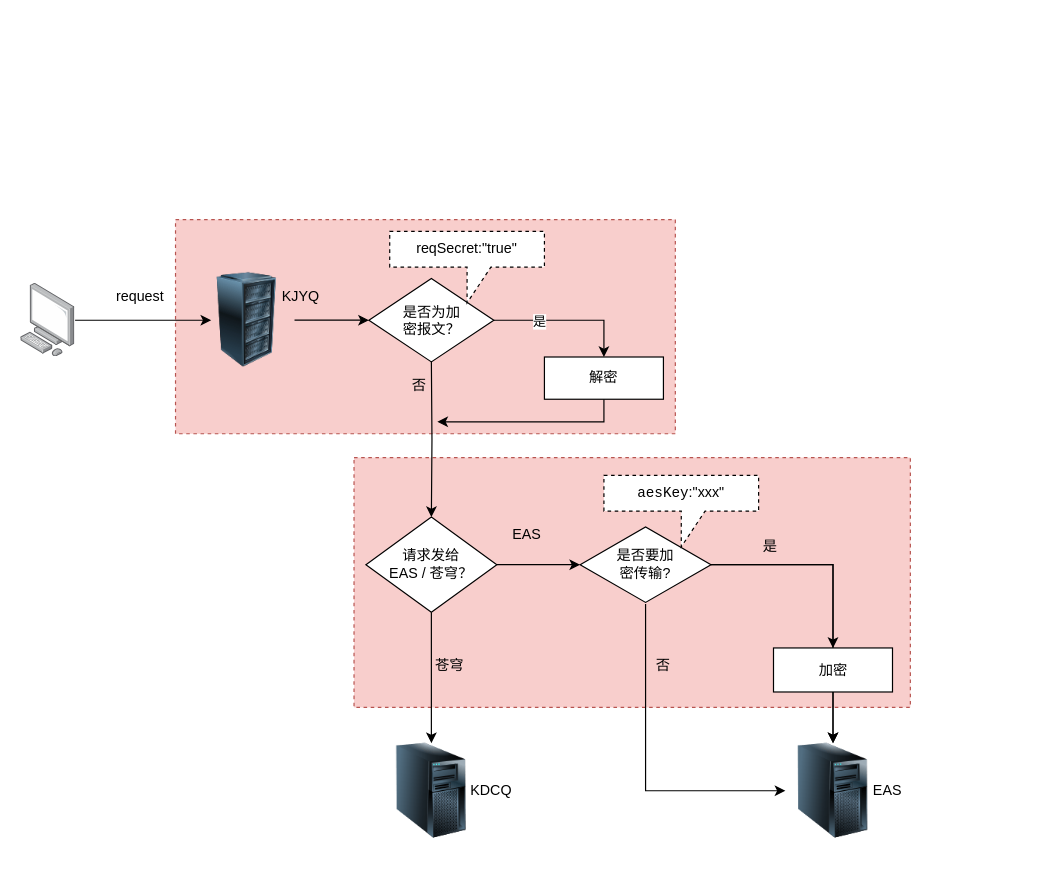
This is kjyq.drawio from Alphathur/diagram, a draw.io file, before an edit. Source tidied: cells renumbered, new cells numbered last; positions are measured from the earlier drawing's top-left corner, leaving out a move shared by most shapes. Both pictures are drawn from the tidied source at 119%, with x=0, y=0 at pixel (20, 219).
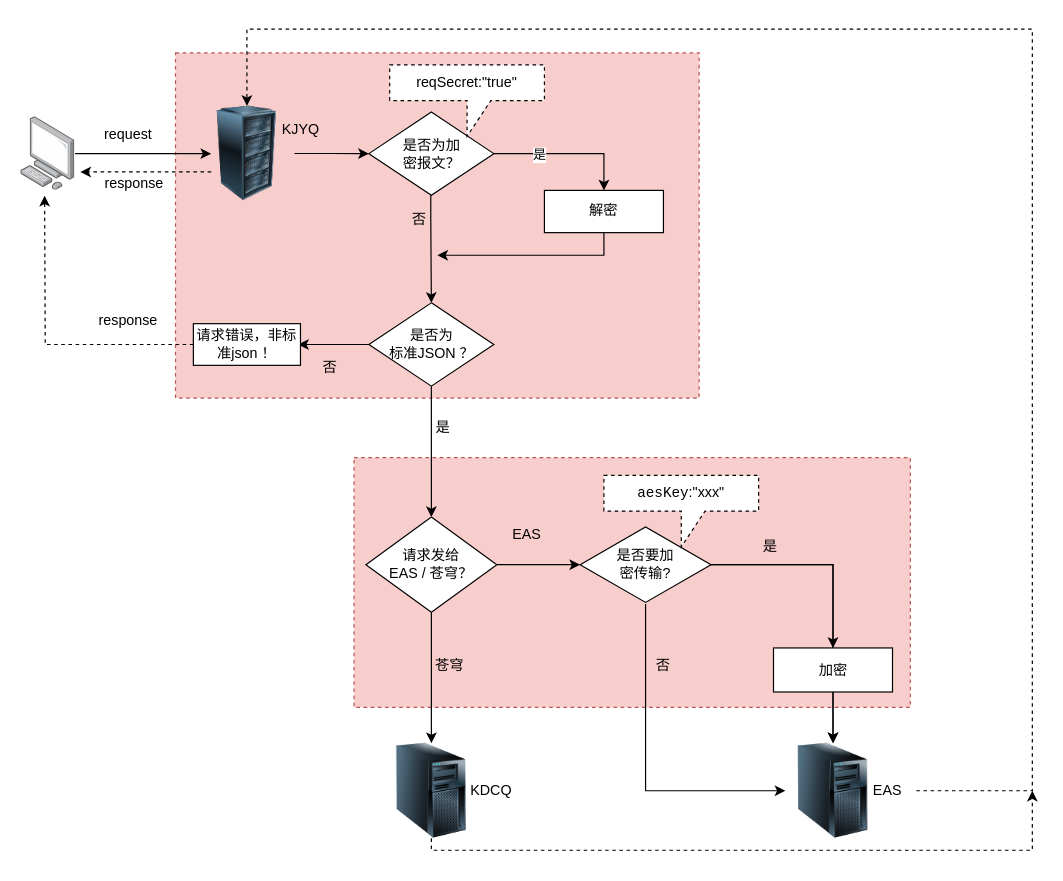
Above is the later version.

The change refers to these unchanged cells:
```xml
<mxCell id="6" style="image;html=1;image=img/lib/clip_art/computers/Server_Tower_128x128.png;" parent="1" vertex="1">
  <mxGeometry x="305" y="440" width="80" height="80" as="geometry" />
</mxCell>
<mxCell id="11" value="EAS" style="text;html=1;align=center;verticalAlign=middle;points=[];strokeColor=none;fillColor=none;" parent="1" vertex="1">
  <mxGeometry x="702.5" y="465" width="50" height="30" as="geometry" />
</mxCell>
<mxCell id="18" value="请求发给&lt;br&gt;EAS / 苍穹？" style="rhombus;whiteSpace=wrap;html=1;" parent="1" vertex="1">
  <mxGeometry x="290" y="250" width="110" height="80" as="geometry" />
</mxCell>
```

Diff of the diagram source:
```diff
@@
     <mxCell id="3" style="rounded=0;whiteSpace=wrap;html=1;dashed=1;fillColor=#f8cecc;strokeColor=#b85450;" parent="1" vertex="1">
-      <mxGeometry x="130" width="420" height="180" as="geometry" />
+      <mxGeometry x="130" y="-140" width="440" height="290" as="geometry" />
     </mxCell>
     <mxCell id="4" style="edgeStyle=orthogonalEdgeStyle;rounded=0;jettySize=auto;html=1;" parent="1" edge="1" source="5">
       <mxGeometry relative="1" as="geometry">
-        <mxPoint x="160" y="84.6" as="targetPoint" />
+        <mxPoint x="160" y="-55.4" as="targetPoint" />
       </mxGeometry>
     </mxCell>
     <mxCell id="5" style="points=[];html=1;align=center;shadow=0;dashed=0;image;image=img/lib/allied_telesis/computer_and_terminals/Personal_Computer.svg;" parent="1" vertex="1">
-      <mxGeometry y="53.7" width="45.6" height="61.8" as="geometry" />
+      <mxGeometry y="-86.3" width="45.6" height="61.8" as="geometry" />
     </mxCell>
+    <mxCell id="36" style="edgeStyle=orthogonalEdgeStyle;rounded=0;jettySize=auto;html=1;dashed=1;" parent="1" edge="1" source="6">
+      <mxGeometry relative="1" as="geometry">
+        <mxPoint x="850" y="480" as="targetPoint" />
+        <Array as="points">
+          <mxPoint x="345" y="530" />
+          <mxPoint x="850" y="530" />
+        </Array>
+      </mxGeometry>
+    </mxCell>
@@
+    <mxCell id="37" style="edgeStyle=orthogonalEdgeStyle;rounded=0;jettySize=auto;html=1;entryX=0.5;entryY=0;entryDx=0;entryDy=0;dashed=1;" parent="1" edge="1" source="11" target="9">
+      <mxGeometry relative="1" as="geometry">
+        <Array as="points">
+          <mxPoint x="850" y="480" />
+          <mxPoint x="850" y="-160" />
+          <mxPoint x="190" y="-160" />
+        </Array>
+      </mxGeometry>
+    </mxCell>
@@
     <mxCell id="9" style="image;html=1;image=img/lib/clip_art/computers/Server_Rack_128x128.png;" parent="1" vertex="1">
-      <mxGeometry x="150" y="44.5" width="80" height="80" as="geometry" />
+      <mxGeometry x="150" y="-95.5" width="80" height="80" as="geometry" />
     </mxCell>
@@
     <mxCell id="12" value="request" style="text;html=1;align=center;verticalAlign=middle;strokeColor=none;fillColor=none;" parent="1" vertex="1">
-      <mxGeometry x="70" y="49.6" width="60" height="30" as="geometry" />
+      <mxGeometry x="60" y="-86.3" width="60" height="30" as="geometry" />
     </mxCell>
@@
     <mxCell id="14" value="是否为加&lt;br&gt;密报文？" style="rhombus;whiteSpace=wrap;html=1;" parent="1" vertex="1">
-      <mxGeometry x="292.5" y="49.6" width="105" height="70" as="geometry" />
+      <mxGeometry x="292.5" y="-90.4" width="105" height="70" as="geometry" />
     </mxCell>
-    <mxCell id="15" style="edgeStyle=orthogonalEdgeStyle;rounded=0;jettySize=auto;html=1;entryX=0.5;entryY=0;entryDx=0;entryDy=0;" parent="1" edge="1" target="18">
+    <mxCell id="15" style="edgeStyle=orthogonalEdgeStyle;rounded=0;orthogonalLoop=1;jettySize=auto;html=1;" parent="1" edge="1">
       <mxGeometry relative="1" as="geometry">
-        <mxPoint x="345" y="119.6" as="sourcePoint" />
+        <mxPoint x="344.5" y="-20.4" as="sourcePoint" />
+        <mxPoint x="345" y="70" as="targetPoint" />
+        <Array as="points">
+          <mxPoint x="344.5" y="-0.4" />
+          <mxPoint x="344.5" y="189.6" />
+        </Array>
       </mxGeometry>
     </mxCell>
@@
     <mxCell id="21" value="是" style="edgeLabel;html=1;align=center;verticalAlign=middle;" parent="1" vertex="1">
-      <mxGeometry x="530" y="20" as="geometry">
+      <mxGeometry x="530" y="-120" as="geometry">
         <mxPoint x="-95" y="65" as="offset" />
       </mxGeometry>
     </mxCell>
     <mxCell id="22" style="edgeStyle=orthogonalEdgeStyle;rounded=0;jettySize=auto;html=1;" parent="1" edge="1" source="23">
       <mxGeometry relative="1" as="geometry">
-        <mxPoint x="350" y="170" as="targetPoint" />
+        <mxPoint x="350" y="30" as="targetPoint" />
         <Array as="points">
-          <mxPoint x="490" y="170" />
+          <mxPoint x="490" y="30" />
         </Array>
       </mxGeometry>
     </mxCell>
     <mxCell id="23" value="解密" style="rounded=0;whiteSpace=wrap;html=1;" parent="1" vertex="1">
-      <mxGeometry x="440" y="115.5" width="100" height="35.5" as="geometry" />
+      <mxGeometry x="440" y="-24.5" width="100" height="35.5" as="geometry" />
     </mxCell>
     <mxCell id="24" value="否" style="text;html=1;strokeColor=none;fillColor=none;align=center;verticalAlign=middle;whiteSpace=wrap;rounded=0;" parent="1" vertex="1">
-      <mxGeometry x="305" y="124.6" width="60" height="30" as="geometry" />
+      <mxGeometry x="305" y="-15.4" width="60" height="30" as="geometry" />
     </mxCell>
     <mxCell id="25" value="KJYQ" style="text;html=1;align=center;verticalAlign=middle;strokeColor=none;fillColor=none;" parent="1" vertex="1">
-      <mxGeometry x="210" y="49.6" width="50" height="30" as="geometry" />
+      <mxGeometry x="210" y="-90.4" width="50" height="30" as="geometry" />
     </mxCell>
     <mxCell id="26" value="reqSecret:&quot;true&quot;" style="shape=callout;whiteSpace=wrap;html=1;perimeter=calloutPerimeter;dashed=1;" parent="1" vertex="1">
-      <mxGeometry x="310" y="10" width="130" height="60" as="geometry" />
+      <mxGeometry x="310" y="-130" width="130" height="60" as="geometry" />
     </mxCell>
@@
+    <mxCell id="38" style="edgeStyle=orthogonalEdgeStyle;rounded=0;jettySize=auto;html=1;" parent="1" edge="1" source="40" target="18">
+      <mxGeometry relative="1" as="geometry" />
+    </mxCell>
+    <mxCell id="39" style="edgeStyle=orthogonalEdgeStyle;rounded=0;jettySize=auto;html=1;" parent="1" edge="1" source="40">
+      <mxGeometry relative="1" as="geometry">
+        <mxPoint x="233" y="105" as="targetPoint" />
+      </mxGeometry>
+    </mxCell>
+    <mxCell id="40" value="是否为&lt;br&gt;标准JSON ？" style="rhombus;whiteSpace=wrap;html=1;" parent="1" vertex="1">
+      <mxGeometry x="292.5" y="70" width="105" height="70" as="geometry" />
+    </mxCell>
+    <mxCell id="41" value="是" style="text;html=1;strokeColor=none;fillColor=none;align=center;verticalAlign=middle;whiteSpace=wrap;rounded=0;" parent="1" vertex="1">
+      <mxGeometry x="325" y="160" width="60" height="30" as="geometry" />
+    </mxCell>
+    <mxCell id="42" style="edgeStyle=orthogonalEdgeStyle;rounded=0;jettySize=auto;html=1;dashed=1;" parent="1" edge="1" source="43">
+      <mxGeometry relative="1" as="geometry">
+        <mxPoint x="20" y="-20" as="targetPoint" />
+      </mxGeometry>
+    </mxCell>
+    <mxCell id="43" value="请求错误，非标准json ！" style="rounded=0;whiteSpace=wrap;html=1;" parent="1" vertex="1">
+      <mxGeometry x="145" y="87.5" width="90" height="35" as="geometry" />
+    </mxCell>
+    <mxCell id="44" value="否" style="text;html=1;strokeColor=none;fillColor=none;align=center;verticalAlign=middle;whiteSpace=wrap;rounded=0;" parent="1" vertex="1">
+      <mxGeometry x="230" y="110" width="60" height="30" as="geometry" />
+    </mxCell>
+    <mxCell id="45" value="response" style="text;html=1;align=center;verticalAlign=middle;strokeColor=none;fillColor=none;" parent="1" vertex="1">
+      <mxGeometry x="55" y="70" width="70" height="30" as="geometry" />
+    </mxCell>
+    <mxCell id="46" style="endArrow=classic;html=1;rounded=0;dashed=1;exitX=0.125;exitY=0.693;exitDx=0;exitDy=0;exitPerimeter=0;" parent="1" edge="1" source="9">
+      <mxGeometry relative="1" as="geometry">
+        <mxPoint x="50" y="-40" as="targetPoint" />
+        <Array as="points">
+          <mxPoint x="70" y="-40" />
+        </Array>
+      </mxGeometry>
+    </mxCell>
+    <mxCell id="47" value="response" style="text;html=1;align=center;verticalAlign=middle;strokeColor=none;fillColor=none;" parent="1" vertex="1">
+      <mxGeometry x="60" y="-45.4" width="70" height="30" as="geometry" />
+    </mxCell>
```
